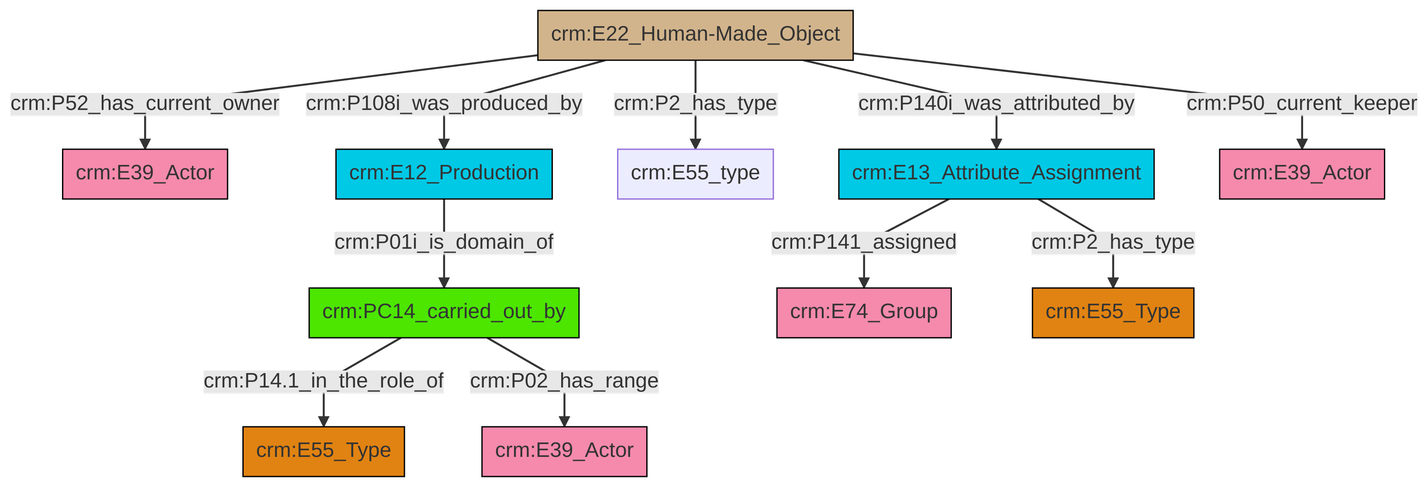
swiss-art-research-net/docs.swissartresearch keeps this Mermaid diagram as et/artworkCSV/ttl/mmd/png/Artwork_Actor_Relations.png. Above is the earlier version. Its source is kept beside it as et/artworkCSV/ttl/mmd/Artwork_Actor_Relations.ttl.mmd.
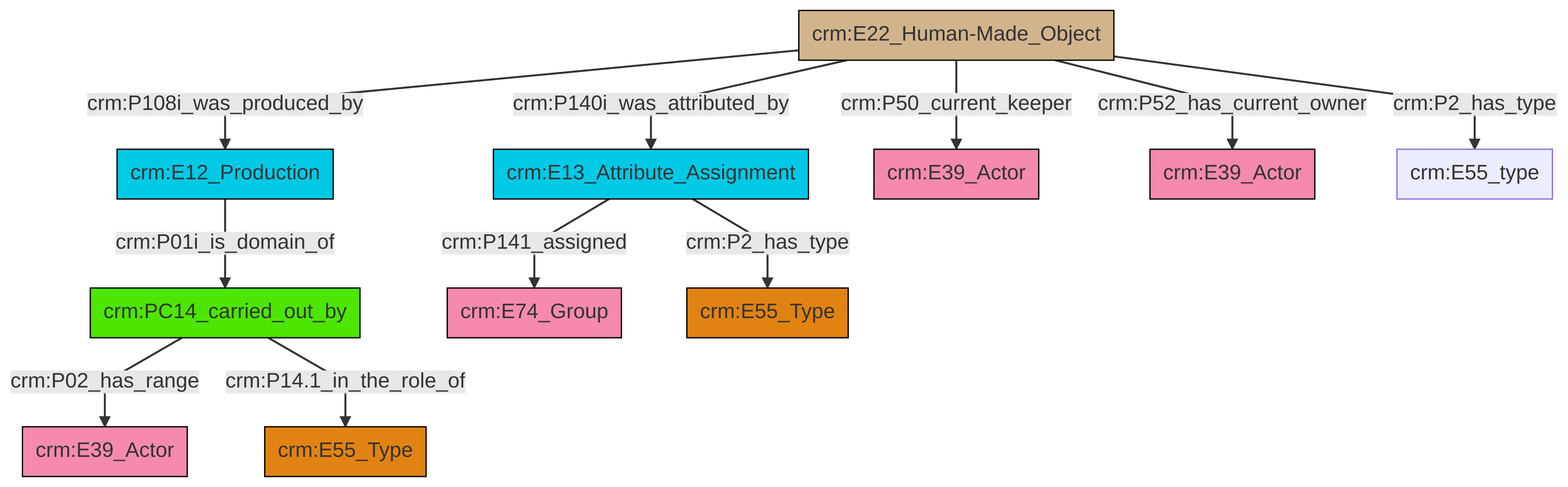
After the change.

The edit, as a diff of the source:
```diff
@@ -13,13 +13,13 @@
 classDef PC_Classes fill:#4ce600, stroke:#000000;
 classDef Multi fill:#cccccc,stroke:#000000;
 
-8["crm:PC14_carried_out_by"]:::PC_Classes -->|crm:P14.1_in_the_role_of| 4["crm:E55_Type"]:::Type
-9["crm:E22_Human-Made_Object"]:::Physical_Thing -->|crm:P52_has_current_owner| 10["crm:E39_Actor"]:::Actor
-8["crm:PC14_carried_out_by"]:::PC_Classes -->|crm:P02_has_range| 0["crm:E39_Actor"]:::Actor
-14["crm:E13_Attribute_Assignment"]:::Temporal_Entity -->|crm:P141_assigned| 6["crm:E74_Group"]:::Actor
-9["crm:E22_Human-Made_Object"]:::Physical_Thing -->|crm:P108i_was_produced_by| 15["crm:E12_Production"]:::Temporal_Entity
-9["crm:E22_Human-Made_Object"]:::Physical_Thing -->|crm:P2_has_type| 2["crm:E55_type"]:::Default
-15["crm:E12_Production"]:::Temporal_Entity -->|crm:P01i_is_domain_of| 8["crm:PC14_carried_out_by"]:::PC_Classes
-14["crm:E13_Attribute_Assignment"]:::Temporal_Entity -->|crm:P2_has_type| 12["crm:E55_Type"]:::Type
-9["crm:E22_Human-Made_Object"]:::Physical_Thing -->|crm:P140i_was_attributed_by| 14["crm:E13_Attribute_Assignment"]:::Temporal_Entity
-9["crm:E22_Human-Made_Object"]:::Physical_Thing -->|crm:P50_current_keeper| 16["crm:E39_Actor"]:::Actor
+0["crm:E22_Human-Made_Object"]:::Physical_Thing -->|crm:P108i_was_produced_by| 2["crm:E12_Production"]:::Temporal_Entity
+0["crm:E22_Human-Made_Object"]:::Physical_Thing -->|crm:P50_current_keeper| 6["crm:E39_Actor"]:::Actor
+9["crm:PC14_carried_out_by"]:::PC_Classes -->|crm:P02_has_range| 7["crm:E39_Actor"]:::Actor
+3["crm:E13_Attribute_Assignment"]:::Temporal_Entity -->|crm:P141_assigned| 10["crm:E74_Group"]:::Actor
+2["crm:E12_Production"]:::Temporal_Entity -->|crm:P01i_is_domain_of| 9["crm:PC14_carried_out_by"]:::PC_Classes
+0["crm:E22_Human-Made_Object"]:::Physical_Thing -->|crm:P52_has_current_owner| 11["crm:E39_Actor"]:::Actor
+3["crm:E13_Attribute_Assignment"]:::Temporal_Entity -->|crm:P2_has_type| 12["crm:E55_Type"]:::Type
+0["crm:E22_Human-Made_Object"]:::Physical_Thing -->|crm:P2_has_type| 13["crm:E55_type"]:::Default
+9["crm:PC14_carried_out_by"]:::PC_Classes -->|crm:P14.1_in_the_role_of| 14["crm:E55_Type"]:::Type
+0["crm:E22_Human-Made_Object"]:::Physical_Thing -->|crm:P140i_was_attributed_by| 3["crm:E13_Attribute_Assignment"]:::Temporal_Entity
```
